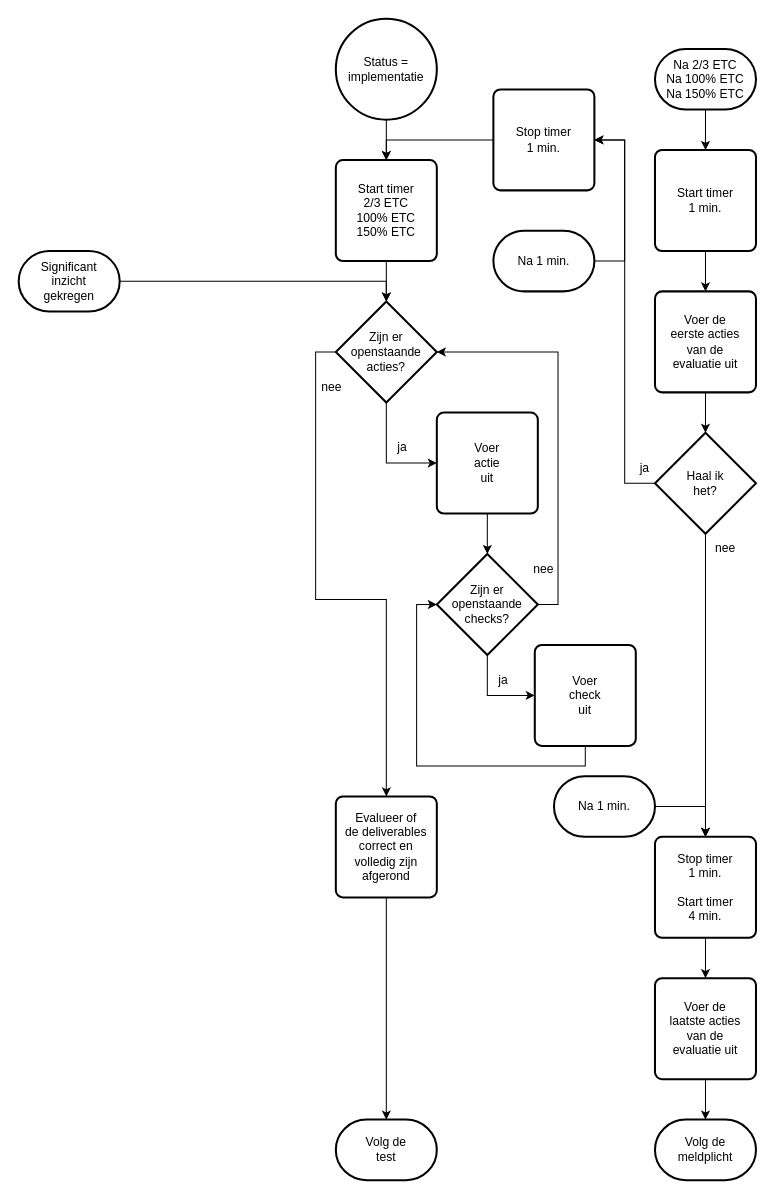
Before: 7 Issue Tracker implementatie.drawio in Zaibatsu89/IssueTracker, a draw.io diagram. Source tidied: cells renumbered, new cells numbered last; positions are measured from the earlier drawing's top-left corner, leaving out a move shared by most shapes. Both pictures are drawn from the tidied source at 101%, with x=0, y=0 at pixel (18, 18).
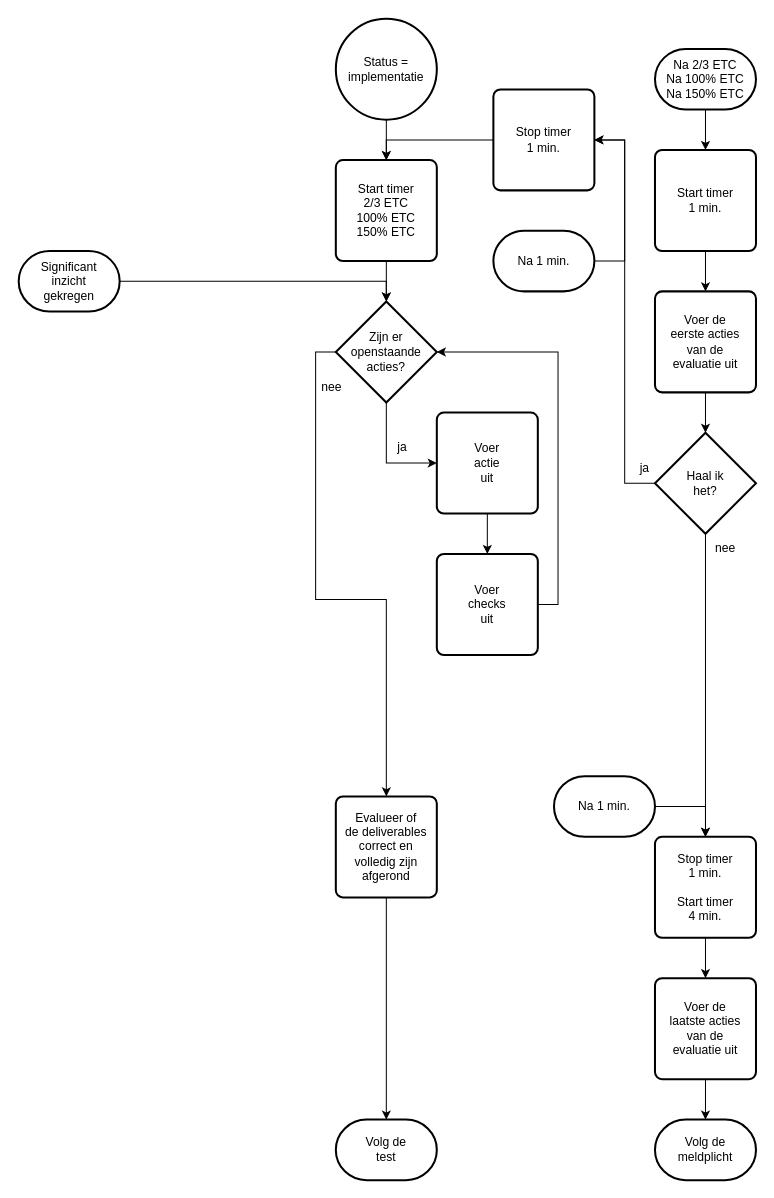
The same diagram, later.

Commit message (it also covers changes not shown here):
flowcharts: voer checks uit

The change refers to these unchanged cells:
```xml
<mxCell id="33" value="Zijn er&lt;br&gt;openstaande&lt;br&gt;acties?" style="strokeWidth=2;html=1;shape=mxgraph.flowchart.decision;whiteSpace=wrap;" parent="1" vertex="1">
  <mxGeometry x="314" y="280" width="100" height="100" as="geometry" />
</mxCell>
<mxCell id="40" value="Voer&lt;br&gt;actie&lt;br&gt;uit" style="rounded=1;whiteSpace=wrap;html=1;absoluteArcSize=1;arcSize=14;strokeWidth=2;" parent="1" vertex="1">
  <mxGeometry x="414" y="390" width="100" height="100" as="geometry" />
</mxCell>
```

Change to the diagram source:
```diff
@@
-    <mxCell id="34" style="edgeStyle=orthogonalEdgeStyle;rounded=0;jettySize=auto;html=1;exitX=0.5;exitY=1;exitDx=0;exitDy=0;entryX=0;entryY=0.5;entryDx=0;entryDy=0;exitPerimeter=0;" parent="1" edge="1" source="35" target="37">
-      <mxGeometry relative="1" as="geometry" />
-    </mxCell>
-    <mxCell id="35" value="Zijn er&lt;br&gt;openstaande&lt;br&gt;checks?" style="strokeWidth=2;html=1;shape=mxgraph.flowchart.decision;whiteSpace=wrap;" parent="1" vertex="1">
-      <mxGeometry x="414" y="530" width="100" height="100" as="geometry" />
-    </mxCell>
-    <mxCell id="36" value="ja" style="text;html=1;whiteSpace=wrap;strokeColor=none;fillColor=none;align=center;verticalAlign=middle;rounded=0;" parent="1" vertex="1">
-      <mxGeometry x="450" y="640" width="60" height="30" as="geometry" />
-    </mxCell>
-    <mxCell id="37" value="Voer&lt;br&gt;check&lt;br&gt;uit" style="rounded=1;whiteSpace=wrap;html=1;absoluteArcSize=1;arcSize=14;strokeWidth=2;" parent="1" vertex="1">
-      <mxGeometry x="511" y="620" width="100" height="100" as="geometry" />
+    <mxCell id="37" value="Voer&lt;br&gt;checks&lt;br&gt;uit" style="rounded=1;whiteSpace=wrap;html=1;absoluteArcSize=1;arcSize=14;strokeWidth=2;" parent="1" vertex="1">
+      <mxGeometry x="414" y="530" width="100" height="100" as="geometry" />
     </mxCell>
@@
-    <mxCell id="39" style="edgeStyle=orthogonalEdgeStyle;rounded=0;jettySize=auto;html=1;" parent="1" edge="1" source="40" target="35">
-      <mxGeometry relative="1" as="geometry" />
+    <mxCell id="39" style="edgeStyle=orthogonalEdgeStyle;rounded=0;jettySize=auto;html=1;" parent="1" edge="1" source="40">
+      <mxGeometry relative="1" as="geometry">
+        <mxPoint x="464" y="530" as="targetPoint" />
+      </mxGeometry>
     </mxCell>
@@
-    <mxCell id="41" value="nee" style="text;html=1;whiteSpace=wrap;strokeColor=none;fillColor=none;align=center;verticalAlign=middle;rounded=0;" parent="1" vertex="1">
-      <mxGeometry x="490" y="530" width="60" height="30" as="geometry" />
-    </mxCell>
@@
-    <mxCell id="43" style="edgeStyle=orthogonalEdgeStyle;rounded=0;jettySize=auto;html=1;exitX=0.5;exitY=1;exitDx=0;exitDy=0;entryX=0;entryY=0.5;entryDx=0;entryDy=0;entryPerimeter=0;" parent="1" edge="1" source="37" target="35">
-      <mxGeometry relative="1" as="geometry" />
-    </mxCell>
-    <mxCell id="44" style="edgeStyle=orthogonalEdgeStyle;rounded=0;jettySize=auto;html=1;exitX=1;exitY=0.5;exitDx=0;exitDy=0;exitPerimeter=0;entryX=1;entryY=0.5;entryDx=0;entryDy=0;entryPerimeter=0;" parent="1" edge="1" source="35" target="33">
-      <mxGeometry relative="1" as="geometry" />
-    </mxCell>
@@
+    <mxCell id="47" style="edgeStyle=orthogonalEdgeStyle;rounded=0;jettySize=auto;html=1;exitX=1;exitY=0.5;exitDx=0;exitDy=0;entryX=1;entryY=0.5;entryDx=0;entryDy=0;entryPerimeter=0;" parent="1" edge="1" source="37" target="33">
+      <mxGeometry relative="1" as="geometry" />
+    </mxCell>
```
